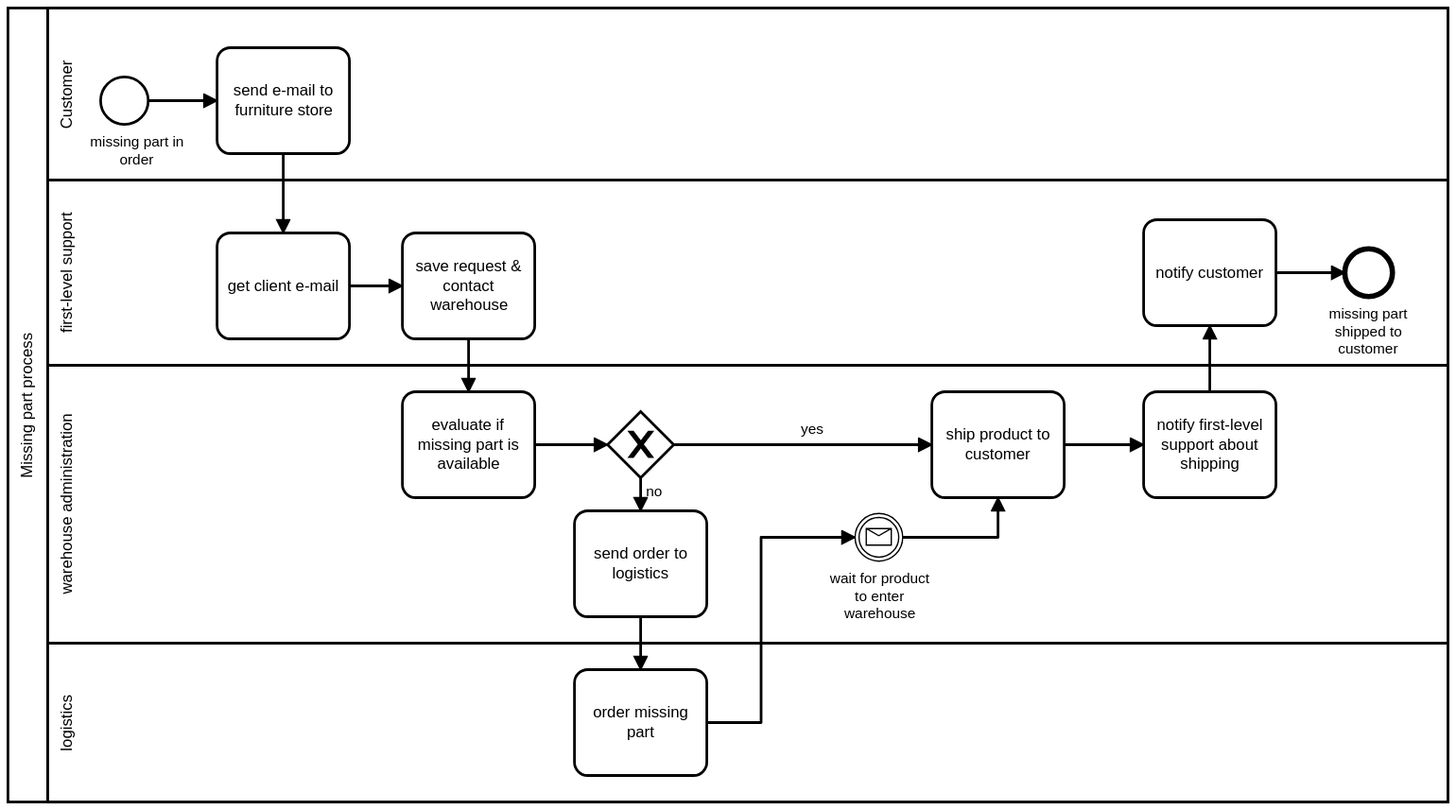
dsunaric/thesis keeps this BPMN diagram as processes/missing-parts-process/missing-parts-process.svg. Above is the earlier version. Its source is kept beside it as processes/missing-parts-process/missing-parts-process.bpmn. Ids are renumbered.
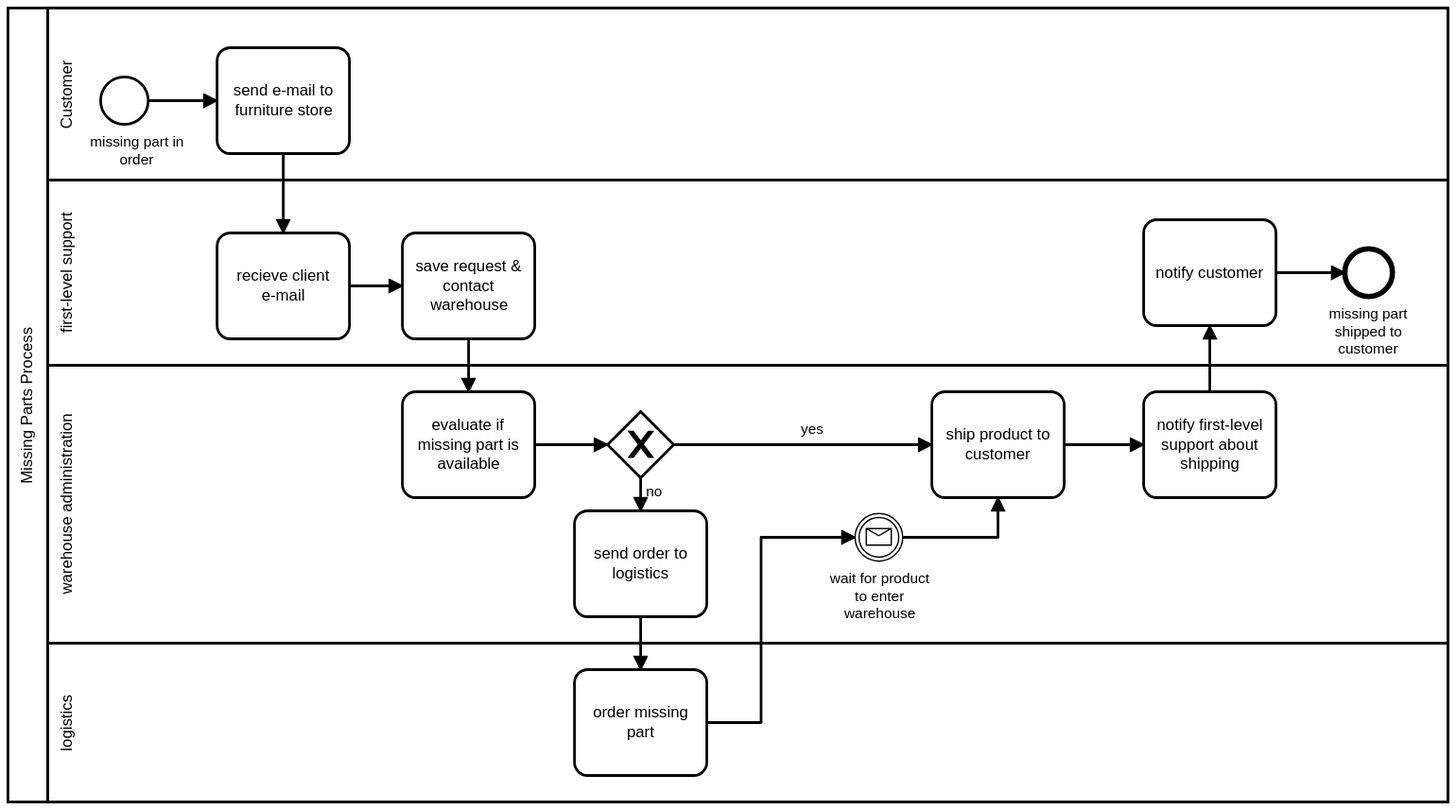
After the commit.

Commit message:
CH-3 fix typos in missing-parts-process

What changed in the source:
```diff
@@ -1,6 +1,6 @@
 <?xml version="1.0" encoding="UTF-8"?><bpmn:definitions xmlns:bpmn="http://www.omg.org/spec/BPMN/20100524/MODEL" xmlns:bpmndi="http://www.omg.org/spec/BPMN/20100524/DI" xmlns:dc="http://www.omg.org/spec/DD/20100524/DC" xmlns:di="http://www.omg.org/spec/DD/20100524/DI" xmlns:camunda="http://camunda.org/schema/1.0/bpmn" id="Definitions_1" targetNamespace="http://bpmn.io/schema/bpmn" camunda:diagramRelationId="d627558f-b95a-4a9b-808e-3eca4a96cb1d">
   <bpmn:collaboration id="Collaboration_n1">
-    <bpmn:participant id="Participant_n2" name="Missing part process" processRef="Process_cd9923e4-1a30-4c5d-9cce-cfd113023ae0"/>
+    <bpmn:participant id="Participant_n2" name="Missing Parts Process" processRef="Process_cd9923e4-1a30-4c5d-9cce-cfd113023ae0"/>
   </bpmn:collaboration>
   <bpmn:process id="Process_cd9923e4-1a30-4c5d-9cce-cfd113023ae0" isExecutable="true">
     <bpmn:laneSet id="LaneSet_n3">
@@ -41,7 +41,7 @@
       <bpmn:incoming>Flow_n21</bpmn:incoming>
       <bpmn:outgoing>Flow_n22</bpmn:outgoing>
     </bpmn:task>
-    <bpmn:task id="Activity_n8" name="get client e-mail">
+    <bpmn:task id="Activity_n8" name="recieve client&#10;e-mail">
       <bpmn:incoming>Flow_n22</bpmn:incoming>
       <bpmn:outgoing>Flow_n23</bpmn:outgoing>
     </bpmn:task>
```
